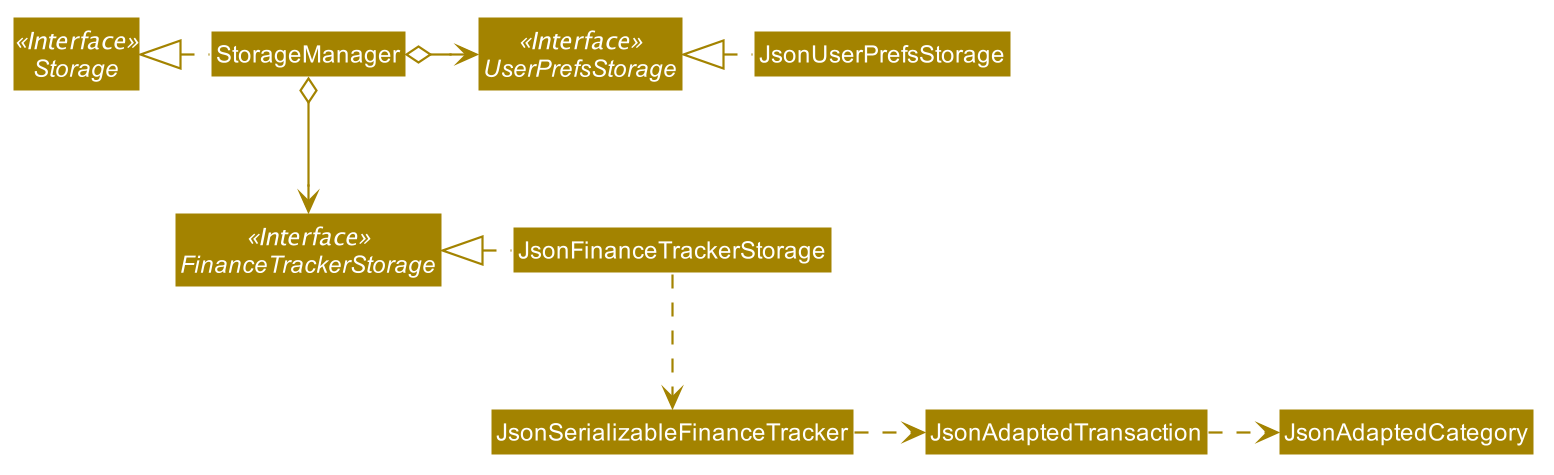
Above: docs/images/StorageClassDiagram.png in zhaojj2209/tp (PlantUML), before the change.
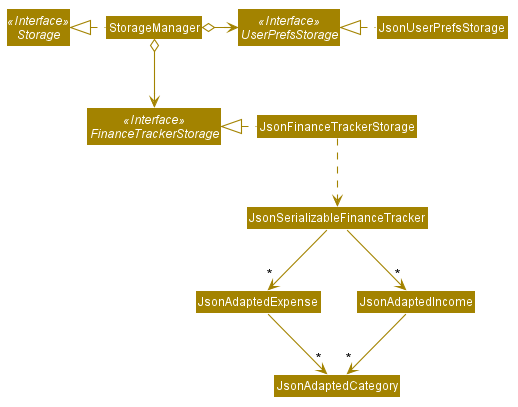
Above is the later version.

Commit message:
Update Model and Storage sections in Developer Guide (#143)

* Update Model and Storage sections in Developer Guide

* Change json to JSON

The edit, as a diff of the source:
```diff
@@ -66,6 +66,8 @@
 JsonUserPrefsStorage .left.|> UserPrefsStorage
 JsonFinanceTrackerStorage .left.|> FinanceTrackerStorage
 JsonFinanceTrackerStorage .down.> JsonSerializableFinanceTracker
-JsonSerializableFinanceTracker .right.> JsonAdaptedTransaction
-JsonAdaptedTransaction .right.> JsonAdaptedCategory
+JsonSerializableFinanceTracker --> "*" JsonAdaptedExpense
+JsonSerializableFinanceTracker --> "*" JsonAdaptedIncome
+JsonAdaptedExpense --> "*" JsonAdaptedCategory
+JsonAdaptedIncome --> "*" JsonAdaptedCategory
 @enduml
```
